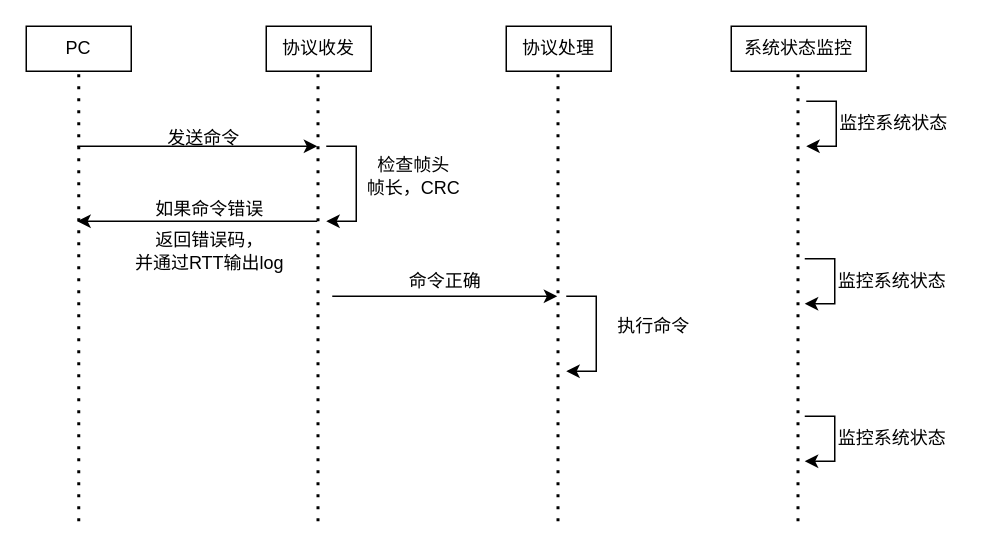
Earlier version of the draw.io diagram multi-task sequence draw.drawio (ShadowThree/drawing_draw_io). Source tidied: cells renumbered, new cells numbered last; positions are measured from the earlier drawing's top-left corner, leaving out a move shared by most shapes. Both pictures are drawn from the tidied source at 150%, with x=0, y=0 at pixel (26, 26).
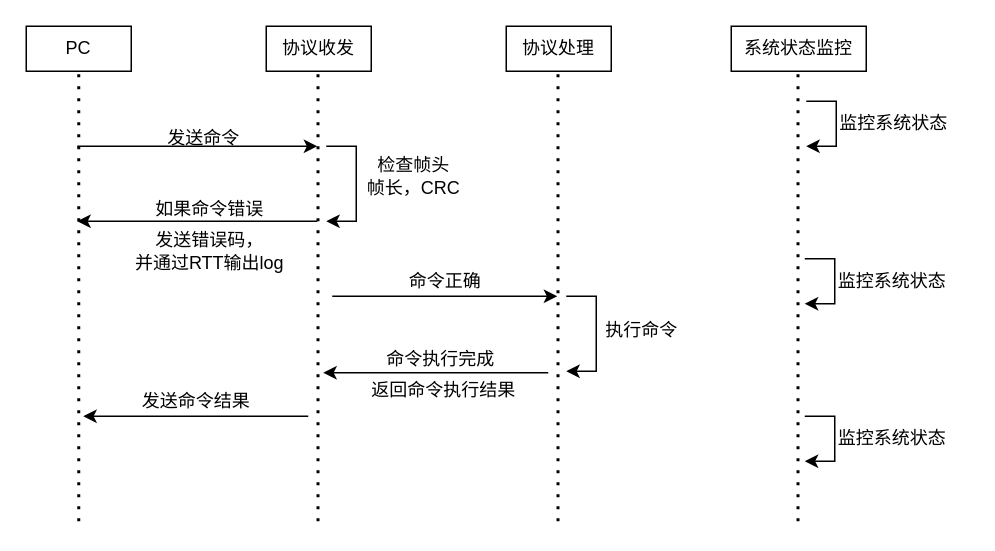
The same diagram, later.

What changed in the source:
```diff
@@
-    <mxCell id="16" value="返回错误码，&lt;br&gt;并通过RTT输出log" style="text;html=1;align=center;verticalAlign=middle;strokeColor=none;fillColor=none;" parent="1" vertex="1">
+    <mxCell id="16" value="发送错误码，&lt;br&gt;并通过RTT输出log" style="text;html=1;align=center;verticalAlign=middle;strokeColor=none;fillColor=none;" parent="1" vertex="1">
       <mxGeometry x="62" y="130" width="120" height="40" as="geometry" />
     </mxCell>
@@
     <mxCell id="20" value="执行命令" style="text;html=1;align=center;verticalAlign=middle;strokeColor=none;fillColor=none;" parent="1" vertex="1">
-      <mxGeometry x="383" y="185" width="70" height="30" as="geometry" />
+      <mxGeometry x="375" y="188" width="70" height="30" as="geometry" />
     </mxCell>
@@
+    <mxCell id="27" style="endArrow=classic;html=1;rounded=0;" parent="1" edge="1">
+      <mxGeometry relative="1" as="geometry">
+        <mxPoint x="348" y="231" as="sourcePoint" />
+        <mxPoint x="198" y="231" as="targetPoint" />
+      </mxGeometry>
+    </mxCell>
+    <mxCell id="28" value="命令执行完成" style="text;html=1;align=center;verticalAlign=middle;strokeColor=none;fillColor=none;" parent="1" vertex="1">
+      <mxGeometry x="226" y="207" width="100" height="30" as="geometry" />
+    </mxCell>
+    <mxCell id="29" value="返回命令执行结果" style="text;html=1;align=center;verticalAlign=middle;strokeColor=none;fillColor=none;" parent="1" vertex="1">
+      <mxGeometry x="218" y="228" width="120" height="30" as="geometry" />
+    </mxCell>
+    <mxCell id="30" style="endArrow=classic;html=1;rounded=0;" parent="1" edge="1">
+      <mxGeometry relative="1" as="geometry">
+        <mxPoint x="188" y="260" as="sourcePoint" />
+        <mxPoint x="38" y="260" as="targetPoint" />
+      </mxGeometry>
+    </mxCell>
+    <mxCell id="31" value="发送命令结果" style="text;html=1;align=center;verticalAlign=middle;strokeColor=none;fillColor=none;" parent="1" vertex="1">
+      <mxGeometry x="63" y="235" width="100" height="30" as="geometry" />
+    </mxCell>
```
